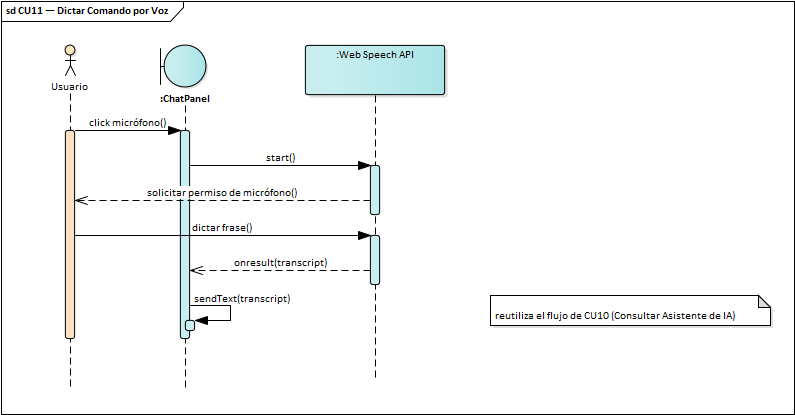
Above: docs/diagrams/ea/img/ciclo1/seq_cu11.png in luisfernandoAngulo28/generador_diagrama_clases_uml (PlantUML), before the change. Its source is kept beside it as docs/diagrams/1er_parcial/seq_cu11.plantuml. Its diagram source:
```plantuml
@startuml seq_cu11
!include ../2do_parcial/pud/_seq.iuml
title CU11 — Dictar Comando por Voz\n<size:11>Diagrama de Secuencia · UML 2.5.1 · Ciclo 1 (1er Parcial)</size>
actor "Usuario" as U
boundary ":ChatPanel" as CP
participant ":Web Speech API" as WS
U -> CP : click micrófono
CP -> WS : start()
WS --> U : solicitar permiso de micrófono
U -> WS : dictar frase
WS --> CP : onresult(transcript)
CP -> CP : sendText(transcript)
note over CP : reutiliza el flujo de CU10 (Consultar Asistente de IA)
@enduml
```
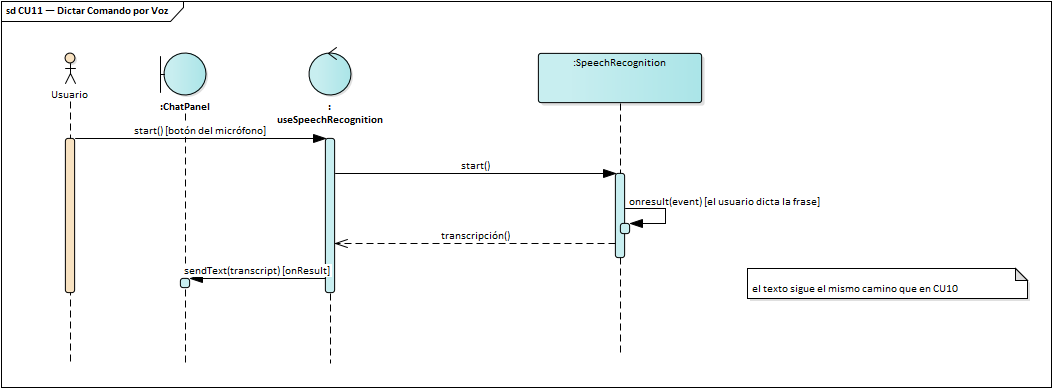
After the commit.

What changed in the source:
```diff
@@ -1,14 +1,14 @@
 @startuml seq_cu11
 !include ../2do_parcial/pud/_seq.iuml
-title CU11 — Dictar Comando por Voz\n<size:11>Diagrama de Secuencia · UML 2.5.1 · Ciclo 1 (1er Parcial)</size>
-actor "Usuario" as U
+title CU11 — Dictar Comando por Voz\n<size:11>Diagrama de Secuencia · UML 2.5.1 · Ciclo 1 · cada mensaje es una operación de la clase que lo recibe</size>
+actor Usuario as U
 boundary ":ChatPanel" as CP
-participant ":Web Speech API" as WS
-U -> CP : click micrófono
-CP -> WS : start()
-WS --> U : solicitar permiso de micrófono
-U -> WS : dictar frase
-WS --> CP : onresult(transcript)
-CP -> CP : sendText(transcript)
-note over CP : reutiliza el flujo de CU10 (Consultar Asistente de IA)
+control ":useSpeechRecognition" as SR
+participant ":SpeechRecognition" as WS
+U -> SR : start() [botón del micrófono]
+SR -> WS : start()
+WS -> WS : onresult(event) [el usuario dicta la frase]
+WS --> SR : transcripción
+SR -> CP : sendText(transcript) [onResult]
+note over CP : el texto sigue el mismo camino que en CU10
 @enduml
```
